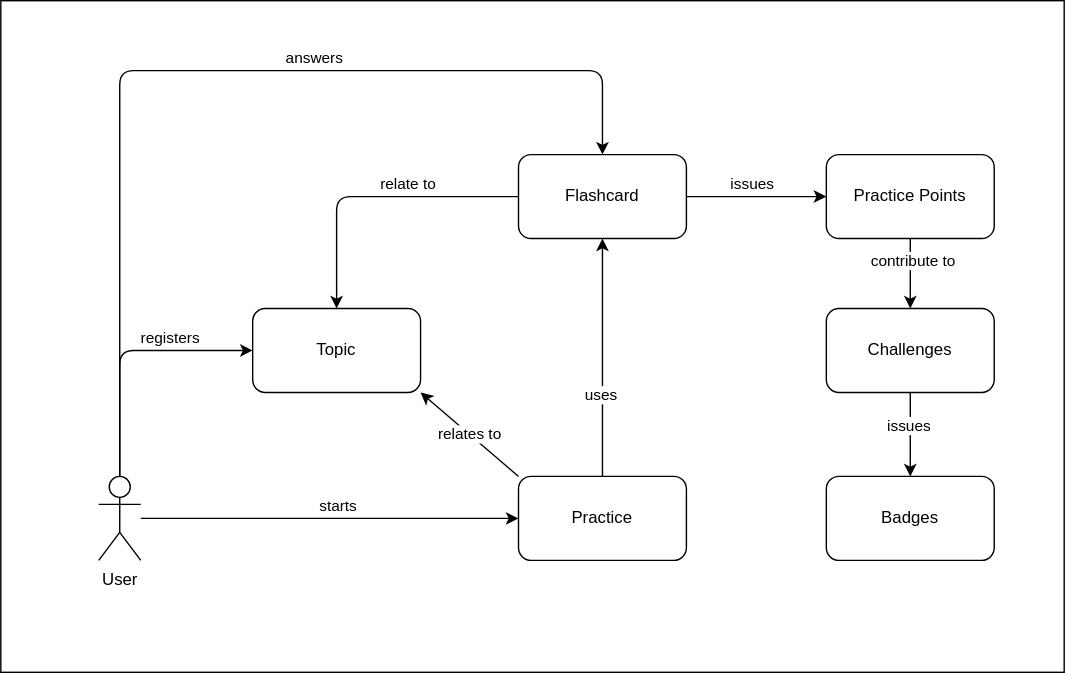
Before: docs/drawings/model.drawio.svg, a diagram exported from draw.io (nicolasances/tome). Source tidied: cells renumbered, new cells last; positions are measured from the earlier drawing's top-left corner, leaving out a move shared by most shapes.
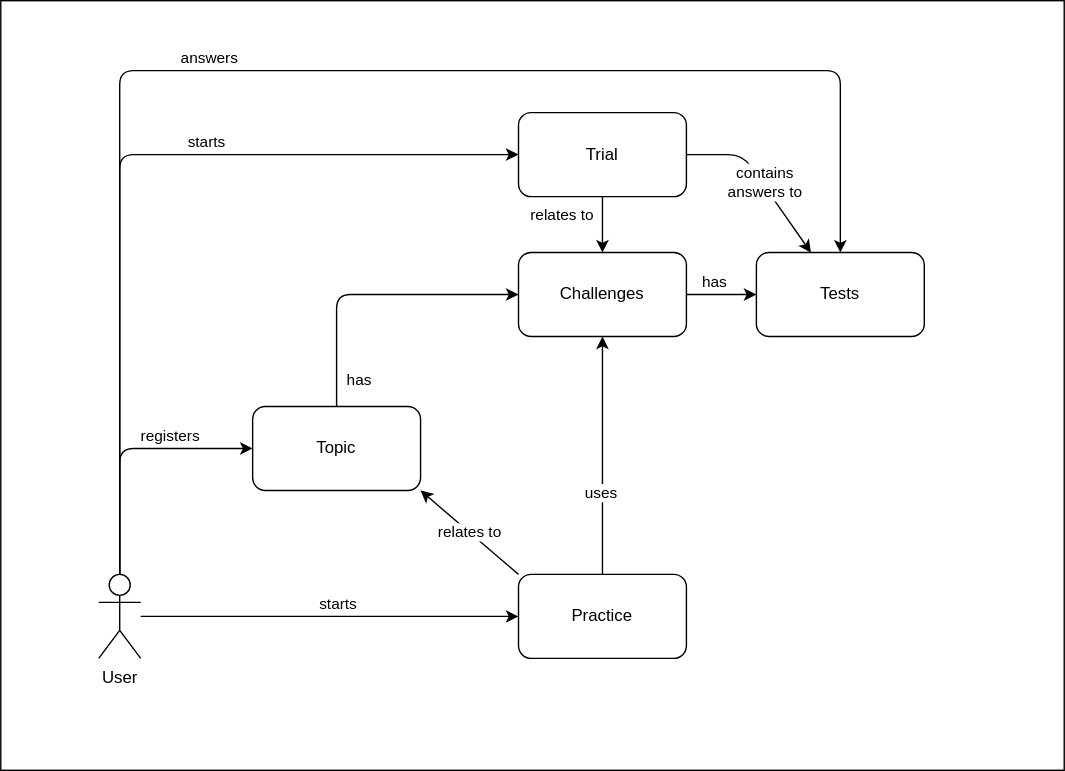
The same diagram one commit later.

Change to the diagram source:
```diff
@@ -2,22 +2,33 @@
   <root>
     <mxCell id="0" />
     <mxCell id="1" parent="0" />
+    <mxCell id="19" style="rounded=0;whiteSpace=wrap;html=1;fillColor=none;" parent="1" vertex="1">
+      <mxGeometry y="-70" width="760" height="550" as="geometry" />
+    </mxCell>
     <mxCell id="2" value="Topic" style="rounded=1;whiteSpace=wrap;html=1;" parent="1" vertex="1">
       <mxGeometry x="180" y="220" width="120" height="60" as="geometry" />
     </mxCell>
-    <mxCell id="3" style="edgeStyle=none;html=1;entryX=0.5;entryY=0;entryDx=0;entryDy=0;" parent="1" edge="1" source="5" target="2">
+    <mxCell id="3" style="edgeStyle=none;html=1;" parent="1" edge="1" source="2" target="5">
       <mxGeometry relative="1" as="geometry">
         <Array as="points">
           <mxPoint x="240" y="140" />
         </Array>
       </mxGeometry>
     </mxCell>
-    <mxCell id="4" value="relate to" style="edgeLabel;html=1;align=center;verticalAlign=middle;" parent="3" vertex="1">
+    <mxCell id="4" value="has" style="edgeLabel;html=1;align=center;verticalAlign=middle;" parent="3" vertex="1">
       <mxGeometry x="-0.2" y="1" relative="1" as="geometry">
-        <mxPoint x="4" y="-11" as="offset" />
+        <mxPoint x="11" y="61" as="offset" />
       </mxGeometry>
     </mxCell>
+    <mxCell id="27" style="edgeStyle=none;html=1;entryX=0;entryY=0.5;entryDx=0;entryDy=0;" parent="1" edge="1" source="5" target="25">
+      <mxGeometry relative="1" as="geometry" />
+    </mxCell>
+    <mxCell id="28" value="has" style="edgeLabel;html=1;align=center;verticalAlign=middle;" parent="27" vertex="1">
+      <mxGeometry x="-0.24" y="4" relative="1" as="geometry">
+        <mxPoint y="-6" as="offset" />
+      </mxGeometry>
+    </mxCell>
-    <mxCell id="5" value="Flashcard" style="rounded=1;whiteSpace=wrap;html=1;" parent="1" vertex="1">
+    <mxCell id="5" value="Challenges" style="rounded=1;whiteSpace=wrap;html=1;" parent="1" vertex="1">
       <mxGeometry x="370" y="110" width="120" height="60" as="geometry" />
     </mxCell>
     <mxCell id="6" style="edgeStyle=none;html=1;entryX=0.5;entryY=1;entryDx=0;entryDy=0;" parent="1" edge="1" source="11" target="5">
@@ -29,12 +40,12 @@
     <mxCell id="8" value="relates to" style="edgeStyle=none;html=1;exitX=0;exitY=0;exitDx=0;exitDy=0;entryX=1;entryY=1;entryDx=0;entryDy=0;" parent="1" edge="1" source="11" target="2">
       <mxGeometry relative="1" as="geometry" />
     </mxCell>
-    <mxCell id="9" style="edgeStyle=none;html=1;exitX=1;exitY=0.5;exitDx=0;exitDy=0;" parent="1" edge="1" source="5" target="22">
+    <mxCell id="9" style="edgeStyle=none;html=1;" parent="1" edge="1" source="22" target="5">
       <mxGeometry relative="1" as="geometry" />
     </mxCell>
-    <mxCell id="10" value="issues" style="edgeLabel;html=1;align=center;verticalAlign=middle;" parent="9" vertex="1">
+    <mxCell id="10" value="relates to" style="edgeLabel;html=1;align=center;verticalAlign=middle;" parent="9" vertex="1">
       <mxGeometry x="-0.08" relative="1" as="geometry">
-        <mxPoint y="-10" as="offset" />
+        <mxPoint x="-30" y="-6" as="offset" />
       </mxGeometry>
     </mxCell>
     <mxCell id="11" value="Practice" style="rounded=1;whiteSpace=wrap;html=1;" parent="1" vertex="1">
@@ -60,45 +71,49 @@
         <mxPoint x="-5" y="-14" as="offset" />
       </mxGeometry>
     </mxCell>
-    <mxCell id="16" style="edgeStyle=none;html=1;entryX=0.5;entryY=0;entryDx=0;entryDy=0;" parent="1" edge="1" source="18" target="5">
+    <mxCell id="16" style="edgeStyle=none;html=1;entryX=0;entryY=0.5;entryDx=0;entryDy=0;" parent="1" edge="1" source="18" target="22">
       <mxGeometry relative="1" as="geometry">
         <Array as="points">
-          <mxPoint x="85" y="50" />
-          <mxPoint x="430" y="50" />
+          <mxPoint x="85" y="40" />
         </Array>
       </mxGeometry>
     </mxCell>
-    <mxCell id="17" value="answers" style="edgeLabel;html=1;align=center;verticalAlign=middle;" parent="16" vertex="1">
+    <mxCell id="17" value="starts" style="edgeLabel;html=1;align=center;verticalAlign=middle;" parent="16" vertex="1">
       <mxGeometry x="0.24" y="-3" relative="1" as="geometry">
         <mxPoint y="-13" as="offset" />
       </mxGeometry>
     </mxCell>
+    <mxCell id="29" style="edgeStyle=none;html=1;entryX=0.5;entryY=0;entryDx=0;entryDy=0;" parent="1" edge="1" source="18" target="25">
+      <mxGeometry relative="1" as="geometry">
+        <Array as="points">
+          <mxPoint x="85" y="-20" />
+          <mxPoint x="600" y="-20" />
+        </Array>
+      </mxGeometry>
+    </mxCell>
+    <mxCell id="30" value="answers" style="edgeLabel;html=1;align=center;verticalAlign=middle;" parent="29" vertex="1">
+      <mxGeometry x="-0.16" relative="1" as="geometry">
+        <mxPoint y="-10" as="offset" />
+      </mxGeometry>
+    </mxCell>
     <mxCell id="18" value="User" style="shape=umlActor;verticalLabelPosition=bottom;verticalAlign=top;html=1;outlineConnect=0;" parent="1" vertex="1">
       <mxGeometry x="70" y="340" width="30" height="60" as="geometry" />
     </mxCell>
-    <mxCell id="19" style="rounded=0;whiteSpace=wrap;html=1;fillColor=none;" parent="1" vertex="1">
-      <mxGeometry width="760" height="480" as="geometry" />
-    </mxCell>
-    <mxCell id="20" style="edgeStyle=none;html=1;" parent="1" edge="1" source="22" target="26">
-      <mxGeometry relative="1" as="geometry" />
-    </mxCell>
-    <mxCell id="21" value="contribute to" style="edgeLabel;html=1;align=center;verticalAlign=middle;" parent="20" vertex="1">
-      <mxGeometry x="-0.38" y="1" relative="1" as="geometry" />
-    </mxCell>
+    <mxCell id="31" style="edgeStyle=none;html=1;" parent="1" edge="1" source="22" target="25">
+      <mxGeometry relative="1" as="geometry">
+        <Array as="points">
+          <mxPoint x="530" y="40" />
+        </Array>
+      </mxGeometry>
+    </mxCell>
+    <mxCell id="32" value="contains&amp;nbsp;&lt;div&gt;answers to&lt;/div&gt;" style="edgeLabel;html=1;align=center;verticalAlign=middle;" parent="31" vertex="1">
+      <mxGeometry x="0.04" y="2" relative="1" as="geometry" />
+    </mxCell>
-    <mxCell id="22" value="Practice Points" style="rounded=1;whiteSpace=wrap;html=1;" parent="1" vertex="1">
-      <mxGeometry x="590" y="110" width="120" height="60" as="geometry" />
+    <mxCell id="22" value="Trial" style="rounded=1;whiteSpace=wrap;html=1;" parent="1" vertex="1">
+      <mxGeometry x="370" y="10" width="120" height="60" as="geometry" />
     </mxCell>
-    <mxCell id="23" value="Badges" style="rounded=1;whiteSpace=wrap;html=1;" parent="1" vertex="1">
-      <mxGeometry x="590" y="340" width="120" height="60" as="geometry" />
-    </mxCell>
-    <mxCell id="24" style="edgeStyle=none;html=1;entryX=0.5;entryY=0;entryDx=0;entryDy=0;" parent="1" edge="1" source="26" target="23">
-      <mxGeometry relative="1" as="geometry" />
-    </mxCell>
-    <mxCell id="25" value="issues" style="edgeLabel;html=1;align=center;verticalAlign=middle;points=[];" parent="24" vertex="1">
-      <mxGeometry x="-0.22" y="-2" relative="1" as="geometry" />
+    <mxCell id="25" value="Tests" style="rounded=1;whiteSpace=wrap;html=1;" parent="1" vertex="1">
+      <mxGeometry x="540" y="110" width="120" height="60" as="geometry" />
     </mxCell>
-    <mxCell id="26" value="Challenges" style="rounded=1;whiteSpace=wrap;html=1;" parent="1" vertex="1">
-      <mxGeometry x="590" y="220" width="120" height="60" as="geometry" />
-    </mxCell>
   </root>
 </mxGraphModel>
```
